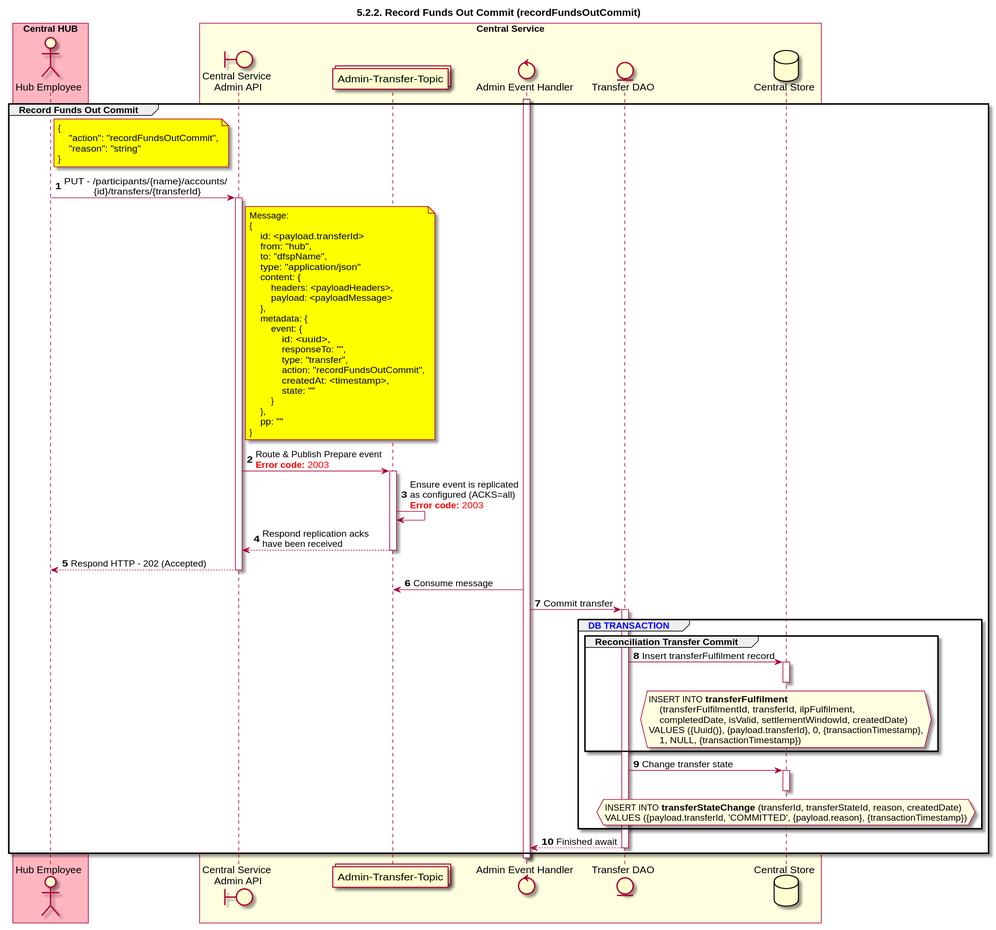
Earlier version of the PlantUML export Diagrams/SequenceDiagrams/seq-recfunds-5.2.2-out-commit.svg (ggrg/docs).
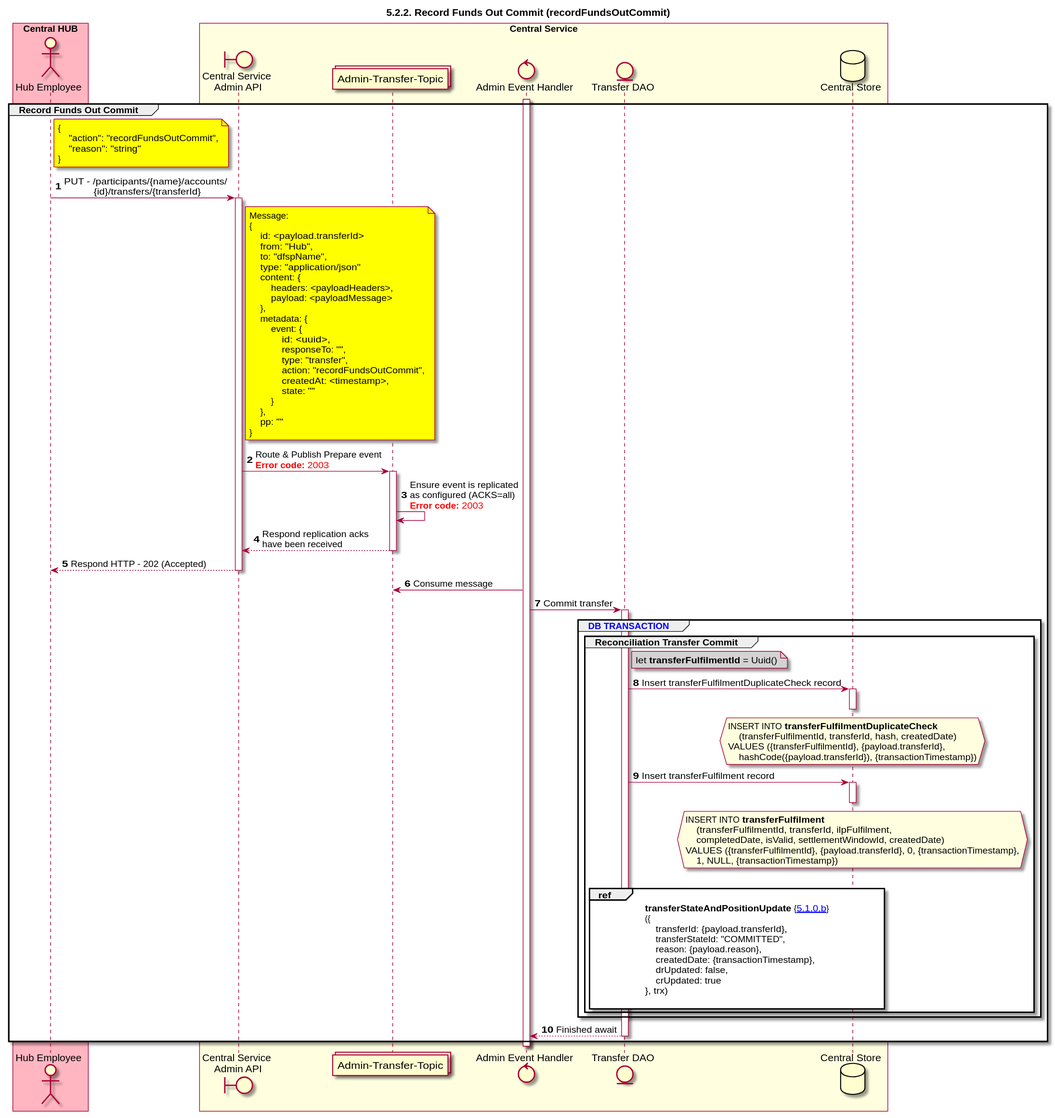
The same file after the commit.

Commit message:
Feature/536 Sequence diagrams for FundsIn/FundsOut flows (new) (#99)

The edit, as a diff of the source:
```diff
@@ -38,7 +38,7 @@
         Message:
         {
             id: <payload.transferId>
-            from: "hub",
+            from: "Hub",
             to: "dfspName",
             type: "application/json"
             content: {
@@ -71,6 +71,20 @@
     activate TRANSFER_DAO
     group <color #blue>DB TRANSACTION</color>
         group Reconciliation Transfer Commit
+            note right of TRANSFER_DAO #lightgray
+                let **transferFulfilmentId** = Uuid()
+            end note
+
+            TRANSFER_DAO -> DB: Insert transferFulfilmentDuplicateCheck record
+            activate DB
+            deactivate DB
+            hnote over DB #lightyellow
+                INSERT INTO **transferFulfilmentDuplicateCheck**
+                    (transferFulfilmentId, transferId, hash, createdDate)
+                VALUES ({transferFulfilmentId}, {payload.transferId},
+                    hashCode({payload.transferId}), {transactionTimestamp})
+            end hnote
+
             TRANSFER_DAO -> DB: Insert transferFulfilment record
             activate DB
             deactivate DB
@@ -78,19 +92,12 @@
                 INSERT INTO **transferFulfilment**
                     (transferFulfilmentId, transferId, ilpFulfilment,
                     completedDate, isValid, settlementWindowId, createdDate)
-                VALUES ({Uuid()}, {payload.transferId}, 0, {transactionTimestamp},
+                VALUES ({transferFulfilmentId}, {payload.transferId}, 0, {transactionTimestamp},
                     1, NULL, {transactionTimestamp})
             end hnote
+            |||
+            ref over TRANSFER_DAO, DB:**transferStateAndPositionUpdate** {[[https://github.com/mojaloop/docs/blob/develop/Diagrams/SequenceDiagrams/seq-recfunds-5.1.0.b-transferStateAndPositionUpdate.svg 5.1.0.b]]} \n({\n    transferId: {payload.transferId},\n    transferStateId: "COMMITTED",\n    reason: {payload.reason},\n    createdDate: {transactionTimestamp},\n    drUpdated: false,\n    crUpdated: true\n}, trx)\n
         end
-
-        TRANSFER_DAO -> DB: Change transfer state
-        activate DB
-        deactivate DB
-        hnote over DB #lightyellow
-            INSERT INTO **transferStateChange** (transferId, transferStateId, reason, createdDate)
-            VALUES ({payload.transferId, 'COMMITTED', {payload.reason}, {transactionTimestamp})
-        end hnote
-
     end
     ADMIN_HANDLER <-- TRANSFER_DAO: Finished await
     deactivate TRANSFER_DAO
```
